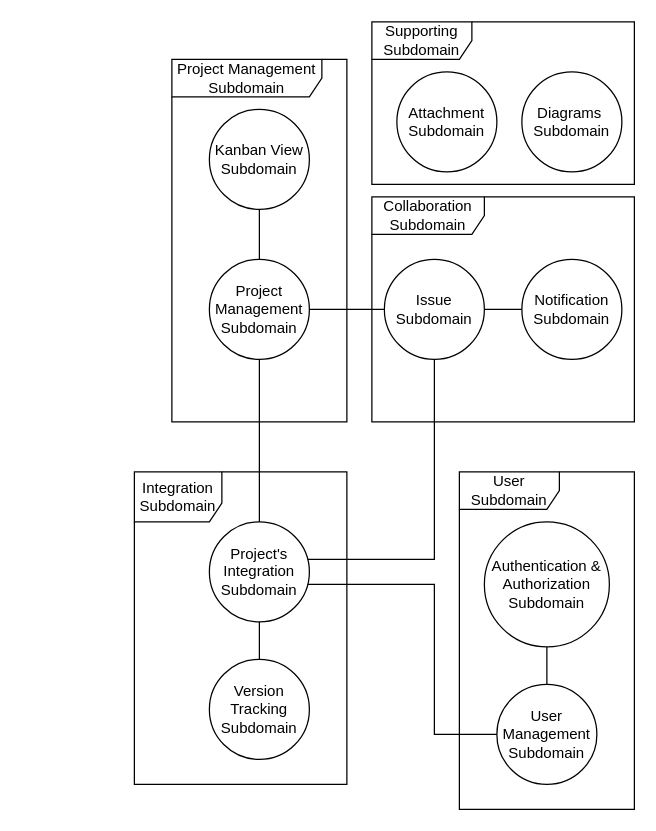
ryusu777/TodoApp keeps this draw.io diagram as page "Domain" (4 of 6) of Diagrams/Event Storm.drawio. Above is the earlier version. Source tidied: cells renumbered, new cells numbered last; positions are measured from the earlier drawing's top-left corner, leaving out a move shared by most shapes. Both pictures are drawn from the tidied source at 125%, with x=0, y=0 at pixel (134, 21).
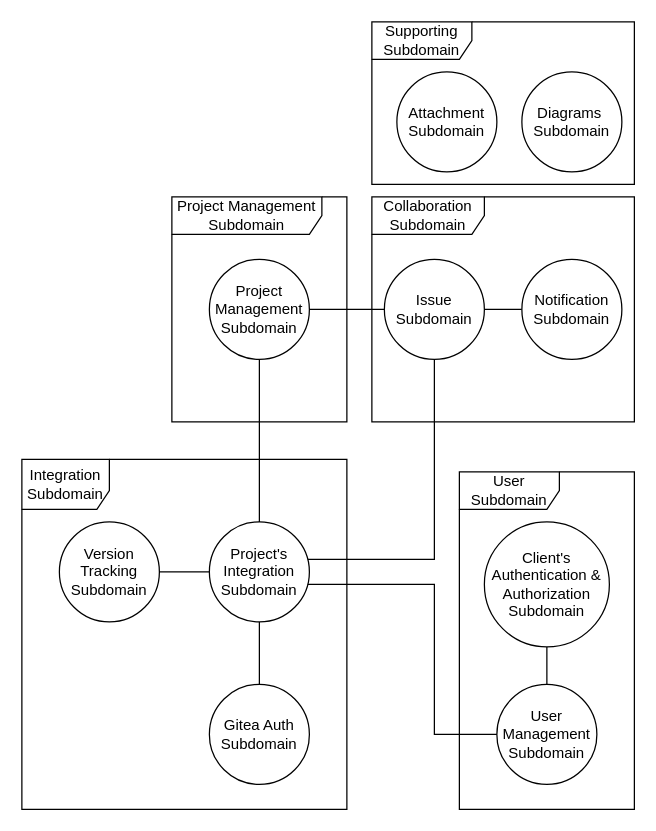
The same diagram, later.

The change refers to these unchanged cells:
```xml
<mxCell id="4" value="Project Management&lt;br&gt;Subdomain" style="ellipse;whiteSpace=wrap;html=1;" parent="1" vertex="1">
  <mxGeometry x="60" y="190" width="80" height="80" as="geometry" />
</mxCell>
<mxCell id="12" value="Project's Integration&lt;br&gt;Subdomain" style="ellipse;whiteSpace=wrap;html=1;" parent="1" vertex="1">
  <mxGeometry x="60" y="400" width="80" height="80" as="geometry" />
</mxCell>
```

Diff of the diagram source:
```diff
@@
     <mxCell id="2" value="Project Management Subdomain" style="shape=umlFrame;whiteSpace=wrap;html=1;width=120;height=30;" parent="1" vertex="1">
-      <mxGeometry x="30" y="30" width="140" height="290" as="geometry" />
+      <mxGeometry x="30" y="140" width="140" height="180" as="geometry" />
     </mxCell>
@@
     <mxCell id="11" value="Integration Subdomain" style="shape=umlFrame;whiteSpace=wrap;html=1;width=70;height=40;" parent="1" vertex="1">
-      <mxGeometry y="360" width="170" height="250" as="geometry" />
+      <mxGeometry x="-90" y="350" width="260" height="280" as="geometry" />
     </mxCell>
@@
-    <mxCell id="15" value="Authentication &amp;amp; Authorization&lt;br&gt;Subdomain" style="ellipse;whiteSpace=wrap;html=1;" parent="1" vertex="1">
+    <mxCell id="15" value="Client's Authentication &amp;amp; Authorization&lt;br&gt;Subdomain" style="ellipse;whiteSpace=wrap;html=1;" parent="1" vertex="1">
       <mxGeometry x="280" y="400" width="100" height="100" as="geometry" />
     </mxCell>
@@
-    <mxCell id="19" style="edgeStyle=orthogonalEdgeStyle;rounded=0;jettySize=auto;html=1;endArrow=none;endFill=0;" parent="1" edge="1" source="20" target="4">
-      <mxGeometry relative="1" as="geometry" />
-    </mxCell>
-    <mxCell id="20" value="Kanban View&lt;br&gt;Subdomain" style="ellipse;whiteSpace=wrap;html=1;" parent="1" vertex="1">
-      <mxGeometry x="60" y="70" width="80" height="80" as="geometry" />
-    </mxCell>
     <mxCell id="21" value="Version Tracking Subdomain" style="ellipse;whiteSpace=wrap;html=1;" parent="1" vertex="1">
-      <mxGeometry x="60" y="510" width="80" height="80" as="geometry" />
+      <mxGeometry x="-60" y="400" width="80" height="80" as="geometry" />
     </mxCell>
@@
+    <mxCell id="25" value="Gitea Auth Subdomain" style="ellipse;whiteSpace=wrap;html=1;" parent="1" vertex="1">
+      <mxGeometry x="60" y="530" width="80" height="80" as="geometry" />
+    </mxCell>
+    <mxCell id="26" style="edgeStyle=none;rounded=0;jettySize=auto;html=1;endArrow=none;endFill=0;" parent="1" edge="1" source="12" target="25">
+      <mxGeometry relative="1" as="geometry" />
+    </mxCell>
```
